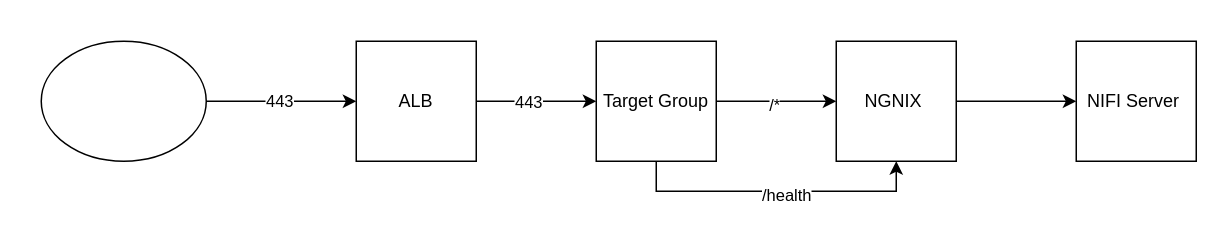
zameergmail/Spoon-Knife keeps this draw.io diagram as Untitled Diagram.drawio. Above is the earlier version. Source tidied: cells renumbered, new cells numbered last; positions are measured from the earlier drawing's top-left corner, leaving out a move shared by most shapes. Both pictures are drawn from the tidied source at 150%, with x=0, y=0 at pixel (40, 40).
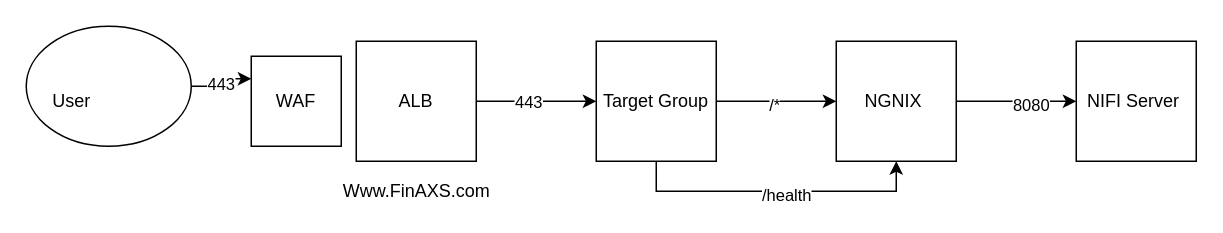
The same page after the edit.

Change to the diagram source:
```diff
@@
 <mxGraphModel>
   <root>
     <mxCell id="0" />
     <mxCell id="1" parent="0" />
     <mxCell id="2" style="edgeStyle=orthogonalEdgeStyle;rounded=0;jettySize=auto;html=1;" parent="1" edge="1" source="6" target="9">
       <mxGeometry relative="1" as="geometry" />
     </mxCell>
     <mxCell id="3" value="443" style="edgeLabel;html=1;align=center;verticalAlign=middle;" parent="2" vertex="1">
       <mxGeometry x="-0.15" relative="1" as="geometry" />
     </mxCell>
     <mxCell id="4" style="edgeStyle=orthogonalEdgeStyle;rounded=0;jettySize=auto;html=1;entryX=0.5;entryY=1;entryDx=0;entryDy=0;exitX=0.5;exitY=1;exitDx=0;exitDy=0;" parent="1" edge="1" source="9" target="11">
       <mxGeometry relative="1" as="geometry" />
     </mxCell>
     <mxCell id="5" value="/health" style="edgeLabel;html=1;align=center;verticalAlign=middle;" parent="4" vertex="1">
       <mxGeometry x="0.06" y="-2" relative="1" as="geometry" />
     </mxCell>
     <mxCell id="6" value="ALB" style="whiteSpace=wrap;html=1;" parent="1" vertex="1">
       <mxGeometry x="210" width="80" height="80" as="geometry" />
     </mxCell>
     <mxCell id="7" style="edgeStyle=orthogonalEdgeStyle;rounded=0;jettySize=auto;html=1;" parent="1" edge="1" source="9" target="11">
       <mxGeometry relative="1" as="geometry" />
     </mxCell>
     <mxCell id="8" value="/*" style="edgeLabel;html=1;align=center;verticalAlign=middle;" parent="7" vertex="1">
       <mxGeometry x="-0.05" y="-2" relative="1" as="geometry" />
     </mxCell>
     <mxCell id="9" value="Target Group" style="whiteSpace=wrap;html=1;" parent="1" vertex="1">
       <mxGeometry x="370" width="80" height="80" as="geometry" />
     </mxCell>
     <mxCell id="10" style="edgeStyle=orthogonalEdgeStyle;rounded=0;jettySize=auto;html=1;" parent="1" edge="1" source="11" target="12">
       <mxGeometry relative="1" as="geometry" />
     </mxCell>
+    <mxCell id="16" value="8080" style="edgeLabel;html=1;align=center;verticalAlign=middle;" parent="10" vertex="1">
+      <mxGeometry x="0.23" y="-2" relative="1" as="geometry" />
+    </mxCell>
     <mxCell id="11" value="NGNIX&amp;nbsp;" style="whiteSpace=wrap;html=1;" parent="1" vertex="1">
       <mxGeometry x="530" width="80" height="80" as="geometry" />
     </mxCell>
     <mxCell id="12" value="NIFI Server&amp;nbsp;" style="whiteSpace=wrap;html=1;" parent="1" vertex="1">
       <mxGeometry x="690" width="80" height="80" as="geometry" />
     </mxCell>
-    <mxCell id="13" style="edgeStyle=orthogonalEdgeStyle;rounded=0;jettySize=auto;html=1;entryX=0;entryY=0.5;entryDx=0;entryDy=0;" parent="1" edge="1" source="15" target="6">
+    <mxCell id="13" style="edgeStyle=orthogonalEdgeStyle;rounded=0;jettySize=auto;html=1;exitX=1;exitY=0.5;exitDx=0;exitDy=0;entryX=0;entryY=0.25;entryDx=0;entryDy=0;" parent="1" edge="1" source="15" target="19">
       <mxGeometry relative="1" as="geometry" />
     </mxCell>
     <mxCell id="14" value="443" style="edgeLabel;html=1;align=center;verticalAlign=middle;" parent="13" vertex="1">
       <mxGeometry x="-0.04" y="1" relative="1" as="geometry" />
     </mxCell>
     <mxCell id="15" style="ellipse;whiteSpace=wrap;html=1;" parent="1" vertex="1">
-      <mxGeometry width="110" height="80" as="geometry" />
+      <mxGeometry x="-10" y="-10" width="110" height="80" as="geometry" />
     </mxCell>
+    <mxCell id="17" value="User" style="text;html=1;align=center;verticalAlign=middle;strokeColor=none;" parent="1" vertex="1">
+      <mxGeometry y="30" width="40" height="20" as="geometry" />
+    </mxCell>
+    <mxCell id="18" value="Www.FinAXS.com" style="text;html=1;align=center;verticalAlign=middle;strokeColor=none;" parent="1" vertex="1">
+      <mxGeometry x="195" y="90" width="110" height="20" as="geometry" />
+    </mxCell>
+    <mxCell id="19" value="WAF" style="rounded=0;whiteSpace=wrap;html=1;" parent="1" vertex="1">
+      <mxGeometry x="140" y="10" width="60" height="60" as="geometry" />
+    </mxCell>
   </root>
 </mxGraphModel>
```
